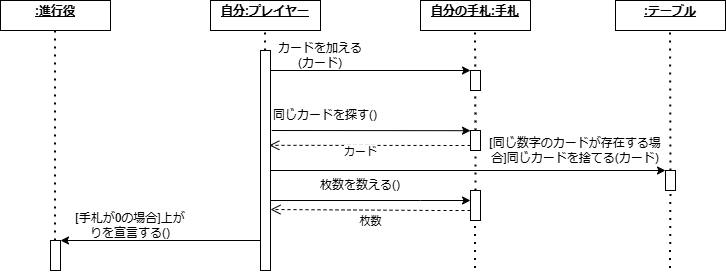
kenboasakura/why_java keeps this draw.io diagram as work6-6.drawio.png. Above is the earlier version. Source tidied: cells renumbered, new cells last; positions are measured from the earlier drawing's top-left corner, leaving out a move shared by most shapes. Source of this version:
```xml
<mxGraphModel>
  <root>
    <mxCell id="0" />
    <mxCell id="1" parent="0" />
    <mxCell id="2" style="edgeStyle=orthogonalEdgeStyle;rounded=0;orthogonalLoop=1;jettySize=auto;html=1;exitX=0.5;exitY=1;exitDx=0;exitDy=0;" parent="1" edge="1">
      <mxGeometry relative="1" as="geometry">
        <mxPoint x="475" y="27.5" as="sourcePoint" />
        <mxPoint x="475" y="27.5" as="targetPoint" />
      </mxGeometry>
    </mxCell>
    <mxCell id="3" style="endArrow=none;dashed=1;html=1;dashPattern=1 3;strokeWidth=2;rounded=0;" parent="1" edge="1" source="32">
      <mxGeometry relative="1" as="geometry">
        <mxPoint x="54.5" y="30" as="targetPoint" />
      </mxGeometry>
    </mxCell>
    <mxCell id="4" style="endArrow=none;dashed=1;html=1;dashPattern=1 3;strokeWidth=2;rounded=0;" parent="1" edge="1" source="11">
      <mxGeometry relative="1" as="geometry">
        <mxPoint x="264.5" y="30" as="targetPoint" />
      </mxGeometry>
    </mxCell>
    <mxCell id="5" style="endArrow=none;dashed=1;html=1;dashPattern=1 3;strokeWidth=2;rounded=0;" parent="1" edge="1" source="18">
      <mxGeometry relative="1" as="geometry">
        <mxPoint x="474.5" y="27.5" as="targetPoint" />
      </mxGeometry>
    </mxCell>
    <mxCell id="6" style="endArrow=none;dashed=1;html=1;dashPattern=1 3;strokeWidth=2;rounded=0;" parent="1" edge="1" source="25">
      <mxGeometry relative="1" as="geometry">
        <mxPoint x="669.5" y="27.5" as="targetPoint" />
      </mxGeometry>
    </mxCell>
    <mxCell id="7" style="endArrow=classic;html=1;rounded=0;" parent="1" edge="1">
      <mxGeometry relative="1" as="geometry">
        <mxPoint x="260" y="70" as="sourcePoint" />
        <mxPoint x="470" y="70" as="targetPoint" />
      </mxGeometry>
    </mxCell>
    <mxCell id="8" value="カードを加える(カード)" style="text;html=1;align=center;verticalAlign=middle;whiteSpace=wrap;rounded=0;" parent="1" vertex="1">
      <mxGeometry x="270" y="40" width="100" height="30" as="geometry" />
    </mxCell>
    <mxCell id="9" style="endArrow=none;dashed=1;html=1;dashPattern=1 3;strokeWidth=2;rounded=0;" parent="1" edge="1" target="11">
      <mxGeometry relative="1" as="geometry">
        <mxPoint x="264.5" y="270" as="sourcePoint" />
      </mxGeometry>
    </mxCell>
    <mxCell id="10" style="edgeStyle=orthogonalEdgeStyle;rounded=0;jettySize=auto;html=1;exitX=1;exitY=0.75;exitDx=0;exitDy=0;" parent="1" edge="1" source="11" target="22">
      <mxGeometry relative="1" as="geometry">
        <Array as="points">
          <mxPoint x="420" y="200" />
          <mxPoint x="420" y="200" />
        </Array>
      </mxGeometry>
    </mxCell>
    <mxCell id="11" style="rounded=0;whiteSpace=wrap;html=1;" parent="1" vertex="1">
      <mxGeometry x="260" y="50" width="10" height="220" as="geometry" />
    </mxCell>
    <mxCell id="12" style="endArrow=classic;html=1;rounded=0;" parent="1" edge="1" source="32">
      <mxGeometry relative="1" as="geometry">
        <mxPoint x="50" y="240" as="targetPoint" />
      </mxGeometry>
    </mxCell>
    <mxCell id="13" value="[手札が0の場合]上がりを宣言する()" style="text;html=1;align=center;verticalAlign=middle;whiteSpace=wrap;rounded=0;" parent="1" vertex="1">
      <mxGeometry x="70" y="210" width="120" height="30" as="geometry" />
    </mxCell>
    <mxCell id="14" style="rounded=0;whiteSpace=wrap;html=1;" parent="1" vertex="1">
      <mxGeometry x="470" y="70" width="10" height="20" as="geometry" />
    </mxCell>
    <mxCell id="15" value="同じカードを探す()" style="text;html=1;align=center;verticalAlign=middle;whiteSpace=wrap;rounded=0;" parent="1" vertex="1">
      <mxGeometry x="250" y="100" width="150" height="30" as="geometry" />
    </mxCell>
    <mxCell id="16" style="endArrow=classic;html=1;rounded=0;exitX=1.12;exitY=0.374;exitDx=0;exitDy=0;exitPerimeter=0;" parent="1" edge="1">
      <mxGeometry relative="1" as="geometry">
        <mxPoint x="271.2" y="130" as="sourcePoint" />
        <mxPoint x="470" y="130.2" as="targetPoint" />
      </mxGeometry>
    </mxCell>
    <mxCell id="17" style="endArrow=none;dashed=1;html=1;dashPattern=1 3;strokeWidth=2;rounded=0;" parent="1" edge="1" source="22" target="18">
      <mxGeometry relative="1" as="geometry" />
    </mxCell>
    <mxCell id="18" style="rounded=0;whiteSpace=wrap;html=1;" parent="1" vertex="1">
      <mxGeometry x="470" y="130" width="10" height="20" as="geometry" />
    </mxCell>
    <mxCell id="19" value="[同じ数字のカードが存在する場合]同じカードを捨てる(カード)" style="text;html=1;align=center;verticalAlign=middle;whiteSpace=wrap;rounded=0;" parent="1" vertex="1">
      <mxGeometry x="485" y="140" width="180" height="20" as="geometry" />
    </mxCell>
    <mxCell id="20" value="枚数を数える()" style="text;html=1;align=center;verticalAlign=middle;whiteSpace=wrap;rounded=0;" parent="1" vertex="1">
      <mxGeometry x="270" y="170" width="180" height="30" as="geometry" />
    </mxCell>
    <mxCell id="21" style="endArrow=none;dashed=1;html=1;dashPattern=1 3;strokeWidth=2;rounded=0;" parent="1" edge="1" target="22">
      <mxGeometry relative="1" as="geometry">
        <mxPoint x="474.5" y="267.5" as="sourcePoint" />
      </mxGeometry>
    </mxCell>
    <mxCell id="22" style="html=1;points=[[0,0,0,0,5],[0,1,0,0,-5],[1,0,0,0,5],[1,1,0,0,-5]];perimeter=orthogonalPerimeter;outlineConnect=0;targetShapes=umlLifeline;portConstraint=eastwest;newEdgeStyle={&quot;curved&quot;:0,&quot;rounded&quot;:0};" parent="1" vertex="1">
      <mxGeometry x="470" y="190" width="10" height="30" as="geometry" />
    </mxCell>
    <mxCell id="23" style="edgeStyle=orthogonalEdgeStyle;rounded=0;orthogonalLoop=1;jettySize=auto;html=1;exitX=0;exitY=1;exitDx=0;exitDy=0;entryX=0;entryY=0.5;entryDx=0;entryDy=0;" parent="1" edge="1">
      <mxGeometry relative="1" as="geometry">
        <mxPoint x="270" y="180" as="sourcePoint" />
        <mxPoint x="665" y="170" as="targetPoint" />
        <Array as="points">
          <mxPoint x="270" y="170" />
        </Array>
      </mxGeometry>
    </mxCell>
    <mxCell id="24" style="endArrow=none;dashed=1;html=1;dashPattern=1 3;strokeWidth=2;rounded=0;" parent="1" edge="1" target="25">
      <mxGeometry relative="1" as="geometry">
        <mxPoint x="669.5" y="267.5" as="sourcePoint" />
      </mxGeometry>
    </mxCell>
    <mxCell id="25" style="rounded=0;whiteSpace=wrap;html=1;" parent="1" vertex="1">
      <mxGeometry x="665" y="170" width="10" height="20" as="geometry" />
    </mxCell>
    <mxCell id="26" value="&lt;p style=&quot;margin:0px;margin-top:4px;text-align:center;text-decoration:underline;&quot;&gt;&lt;b&gt;:進行役&lt;/b&gt;&lt;/p&gt;" style="verticalAlign=top;align=left;overflow=fill;html=1;whiteSpace=wrap;" parent="1" vertex="1">
      <mxGeometry width="110" height="30" as="geometry" />
    </mxCell>
    <mxCell id="27" value="&lt;p style=&quot;margin:0px;margin-top:4px;text-align:center;text-decoration:underline;&quot;&gt;&lt;b&gt;自分:プレイヤー&lt;/b&gt;&lt;span style=&quot;color: rgba(0, 0, 0, 0); font-family: monospace; font-size: 0px; text-wrap: nowrap; background-color: initial; text-align: left;&quot;&gt;%3CmxGraphModel%3E%3Croot%3E%3CmxCell%20id%3D%220%22%2F%3E%3CmxCell%20id%3D%221%22%20parent%3D%220%22%2F%3E%3CmxCell%20id%3D%222%22%20value%3D%22%26lt%3Bp%20style%3D%26quot%3Bmargin%3A0px%3Bmargin-top%3A4px%3Btext-align%3Acenter%3Btext-decoration%3Aunderline%3B%26quot%3B%26gt%3B%26lt%3Bb%26gt%3B%3A%E9%80%B2%E8%A1%8C%E5%BD%B9%26lt%3B%2Fb%26gt%3B%26lt%3B%2Fp%26gt%3B%22%20style%3D%22verticalAlign%3Dtop%3Balign%3Dleft%3Boverflow%3Dfill%3Bhtml%3D1%3BwhiteSpace%3Dwrap%3B%22%20vertex%3D%221%22%20parent%3D%221%22%3E%3CmxGeometry%20x%3D%22280%22%20y%3D%22470%22%20width%3D%22110%22%20height%3D%2230%22%20as%3D%22geometry%22%2F%3E%3C%2FmxCell%3E%3C%2Froot%3E%3C%2FmxGraphModel%3E&lt;/span&gt;&lt;/p&gt;" style="verticalAlign=top;align=left;overflow=fill;html=1;whiteSpace=wrap;" parent="1" vertex="1">
      <mxGeometry x="210" width="110" height="30" as="geometry" />
    </mxCell>
    <mxCell id="28" value="&lt;p style=&quot;margin:0px;margin-top:4px;text-align:center;text-decoration:underline;&quot;&gt;&lt;b&gt;自分の手札:手札&lt;/b&gt;&lt;/p&gt;" style="verticalAlign=top;align=left;overflow=fill;html=1;whiteSpace=wrap;" parent="1" vertex="1">
      <mxGeometry x="420" width="110" height="30" as="geometry" />
    </mxCell>
    <mxCell id="29" value="&lt;p style=&quot;margin:0px;margin-top:4px;text-align:center;text-decoration:underline;&quot;&gt;&lt;b&gt;:テーブル&lt;/b&gt;&lt;/p&gt;" style="verticalAlign=top;align=left;overflow=fill;html=1;whiteSpace=wrap;" parent="1" vertex="1">
      <mxGeometry x="615" width="110" height="30" as="geometry" />
    </mxCell>
    <mxCell id="30" style="endArrow=classic;html=1;rounded=0;" parent="1" edge="1" target="32">
      <mxGeometry relative="1" as="geometry">
        <mxPoint x="260" y="240" as="sourcePoint" />
      </mxGeometry>
    </mxCell>
    <mxCell id="31" style="endArrow=none;dashed=1;html=1;dashPattern=1 3;strokeWidth=2;rounded=0;" parent="1" edge="1" target="32">
      <mxGeometry relative="1" as="geometry">
        <mxPoint x="55" y="270" as="sourcePoint" />
      </mxGeometry>
    </mxCell>
    <mxCell id="32" style="html=1;points=[[0,0,0,0,5],[0,1,0,0,-5],[1,0,0,0,5],[1,1,0,0,-5]];perimeter=orthogonalPerimeter;outlineConnect=0;targetShapes=umlLifeline;portConstraint=eastwest;newEdgeStyle={&quot;curved&quot;:0,&quot;rounded&quot;:0};" parent="1" vertex="1">
      <mxGeometry x="50" y="240" width="10" height="30" as="geometry" />
    </mxCell>
    <mxCell id="33" value="カード" style="html=1;verticalAlign=bottom;endArrow=open;dashed=1;endSize=8;curved=0;rounded=0;exitX=0;exitY=0.75;exitDx=0;exitDy=0;entryX=0.88;entryY=0.431;entryDx=0;entryDy=0;entryPerimeter=0;" parent="1" edge="1" source="18" target="11">
      <mxGeometry x="0.09" y="15" relative="1" as="geometry" />
    </mxCell>
    <mxCell id="34" value="枚数" style="html=1;verticalAlign=bottom;endArrow=open;dashed=1;endSize=8;curved=0;rounded=0;" parent="1" edge="1">
      <mxGeometry y="20" relative="1" as="geometry">
        <mxPoint x="470" y="210" as="sourcePoint" />
        <mxPoint x="270" y="209" as="targetPoint" />
        <Array as="points">
          <mxPoint x="440" y="210" />
        </Array>
      </mxGeometry>
    </mxCell>
  </root>
</mxGraphModel>
```
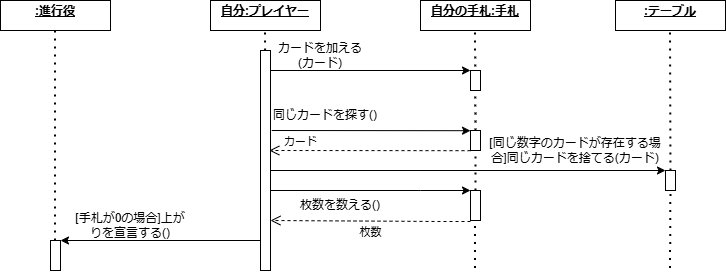
After the commit.

Change to the diagram source:
```diff
@@ -42,11 +42,13 @@
         <mxPoint x="264.5" y="270" as="sourcePoint" />
       </mxGeometry>
     </mxCell>
-    <mxCell id="10" style="edgeStyle=orthogonalEdgeStyle;rounded=0;jettySize=auto;html=1;exitX=1;exitY=0.75;exitDx=0;exitDy=0;" parent="1" edge="1" source="11" target="22">
+    <mxCell id="10" style="edgeStyle=orthogonalEdgeStyle;rounded=0;orthogonalLoop=1;jettySize=auto;html=1;exitX=1;exitY=0.75;exitDx=0;exitDy=0;" parent="1" edge="1">
       <mxGeometry relative="1" as="geometry">
+        <mxPoint x="270" y="205" as="sourcePoint" />
+        <mxPoint x="470" y="190" as="targetPoint" />
         <Array as="points">
-          <mxPoint x="420" y="200" />
-          <mxPoint x="420" y="200" />
+          <mxPoint x="420" y="190" />
+          <mxPoint x="420" y="190" />
         </Array>
       </mxGeometry>
     </mxCell>
@@ -83,7 +85,7 @@
       <mxGeometry x="485" y="140" width="180" height="20" as="geometry" />
     </mxCell>
     <mxCell id="20" value="枚数を数える()" style="text;html=1;align=center;verticalAlign=middle;whiteSpace=wrap;rounded=0;" parent="1" vertex="1">
-      <mxGeometry x="270" y="170" width="180" height="30" as="geometry" />
+      <mxGeometry x="250" y="190" width="180" height="30" as="geometry" />
     </mxCell>
     <mxCell id="21" style="endArrow=none;dashed=1;html=1;dashPattern=1 3;strokeWidth=2;rounded=0;" parent="1" edge="1" target="22">
       <mxGeometry relative="1" as="geometry">
@@ -135,15 +137,18 @@
     <mxCell id="32" style="html=1;points=[[0,0,0,0,5],[0,1,0,0,-5],[1,0,0,0,5],[1,1,0,0,-5]];perimeter=orthogonalPerimeter;outlineConnect=0;targetShapes=umlLifeline;portConstraint=eastwest;newEdgeStyle={&quot;curved&quot;:0,&quot;rounded&quot;:0};" parent="1" vertex="1">
       <mxGeometry x="50" y="240" width="10" height="30" as="geometry" />
     </mxCell>
-    <mxCell id="33" value="カード" style="html=1;verticalAlign=bottom;endArrow=open;dashed=1;endSize=8;curved=0;rounded=0;exitX=0;exitY=0.75;exitDx=0;exitDy=0;entryX=0.88;entryY=0.431;entryDx=0;entryDy=0;entryPerimeter=0;" parent="1" edge="1" source="18" target="11">
-      <mxGeometry x="0.09" y="15" relative="1" as="geometry" />
+    <mxCell id="33" value="カード" style="html=1;verticalAlign=bottom;endArrow=open;dashed=1;endSize=8;curved=0;rounded=0;exitX=0;exitY=0.75;exitDx=0;exitDy=0;entryX=0.88;entryY=0.431;entryDx=0;entryDy=0;entryPerimeter=0;" parent="1" edge="1">
+      <mxGeometry x="0.69" relative="1" as="geometry">
+        <mxPoint x="470" y="150.2" as="sourcePoint" />
+        <mxPoint x="268.8" y="150" as="targetPoint" />
+      </mxGeometry>
     </mxCell>
     <mxCell id="34" value="枚数" style="html=1;verticalAlign=bottom;endArrow=open;dashed=1;endSize=8;curved=0;rounded=0;" parent="1" edge="1">
       <mxGeometry y="20" relative="1" as="geometry">
-        <mxPoint x="470" y="210" as="sourcePoint" />
-        <mxPoint x="270" y="209" as="targetPoint" />
+        <mxPoint x="470" y="221" as="sourcePoint" />
+        <mxPoint x="270" y="220" as="targetPoint" />
         <Array as="points">
-          <mxPoint x="440" y="210" />
+          <mxPoint x="440" y="221" />
         </Array>
       </mxGeometry>
     </mxCell>
```
